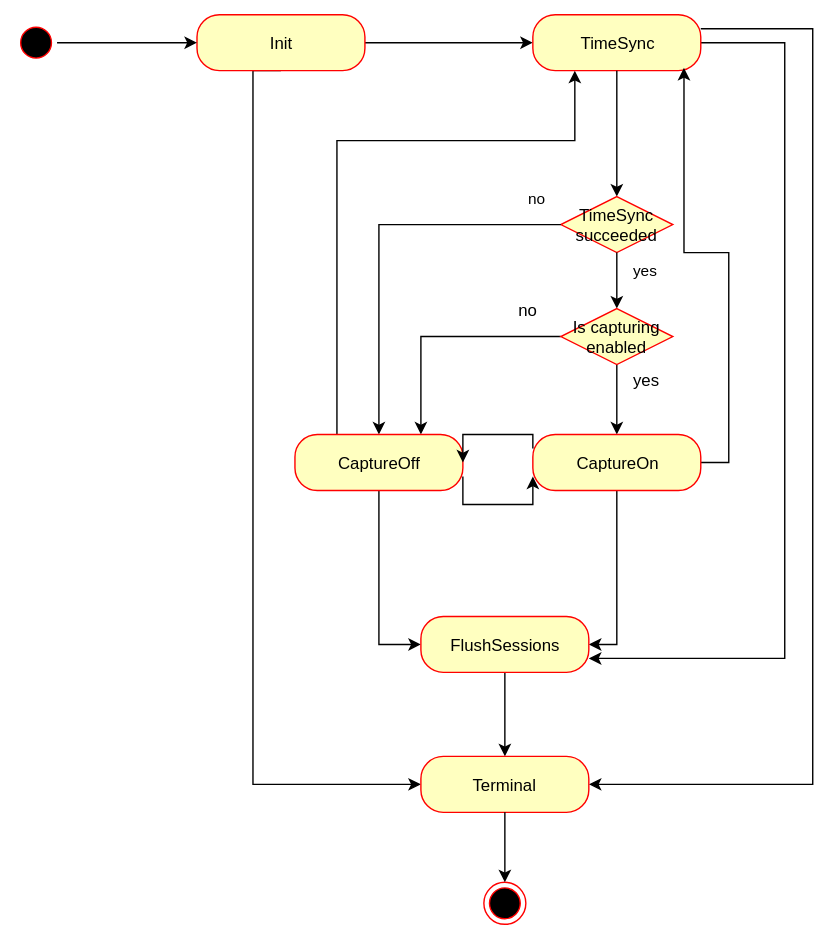
The draw.io diagram docs/pics/OpenKit-state_diagram.svg in Dynatrace/openkit-native, before a commit. Source tidied: cells renumbered, new cells last; positions are measured from the earlier drawing's top-left corner, leaving out a move shared by most shapes. Its diagram source:
```xml
<mxGraphModel background="#ffffff">
  <root>
    <mxCell id="0" />
    <mxCell id="1" parent="0" />
    <mxCell id="2" style="edgeStyle=orthogonalEdgeStyle;rounded=0;html=1;exitX=1;exitY=0.5;entryX=0;entryY=0.5;jettySize=auto;endArrow=classic;endFill=1;" parent="1" edge="1" source="4" target="7">
      <mxGeometry relative="1" as="geometry" />
    </mxCell>
    <mxCell id="3" style="edgeStyle=orthogonalEdgeStyle;rounded=0;html=1;exitX=0.5;exitY=1;entryX=0;entryY=0.5;jettySize=auto;strokeColor=#000000;endArrow=classic;endFill=1;" parent="1" edge="1" source="4" target="30">
      <mxGeometry relative="1" as="geometry">
        <Array as="points">
          <mxPoint x="170" y="40" />
          <mxPoint x="170" y="550" />
        </Array>
      </mxGeometry>
    </mxCell>
    <mxCell id="4" value="Init" style="rounded=1;whiteSpace=wrap;html=1;arcSize=40;fillColor=#ffffc0;strokeColor=#ff0000;" parent="1" vertex="1">
      <mxGeometry x="130" width="120" height="40" as="geometry" />
    </mxCell>
    <mxCell id="5" style="edgeStyle=orthogonalEdgeStyle;rounded=0;html=1;exitX=1;exitY=0.5;entryX=1;entryY=0.75;jettySize=auto;strokeColor=#000000;endArrow=classic;endFill=1;" parent="1" edge="1" source="7" target="28">
      <mxGeometry relative="1" as="geometry">
        <Array as="points">
          <mxPoint x="550" y="20" />
          <mxPoint x="550" y="460" />
        </Array>
      </mxGeometry>
    </mxCell>
    <mxCell id="6" style="edgeStyle=orthogonalEdgeStyle;rounded=0;html=1;exitX=1;exitY=0.25;entryX=1;entryY=0.5;endArrow=classic;endFill=1;jettySize=auto;strokeColor=#000000;" parent="1" edge="1" source="7" target="30">
      <mxGeometry relative="1" as="geometry">
        <Array as="points">
          <mxPoint x="570" y="10" />
          <mxPoint x="570" y="550" />
        </Array>
      </mxGeometry>
    </mxCell>
    <mxCell id="7" value="TimeSync" style="rounded=1;whiteSpace=wrap;html=1;arcSize=40;fillColor=#ffffc0;strokeColor=#ff0000;" parent="1" vertex="1">
      <mxGeometry x="370" width="120" height="40" as="geometry" />
    </mxCell>
    <mxCell id="8" style="edgeStyle=orthogonalEdgeStyle;html=1;verticalAlign=bottom;endArrow=classic;strokeColor=#000000;entryX=0.5;entryY=0;rounded=0;endFill=1;" parent="1" edge="1" source="7" target="11">
      <mxGeometry relative="1" as="geometry" />
    </mxCell>
    <mxCell id="9" style="ellipse;html=1;shape=startState;fillColor=#000000;strokeColor=#ff0000;" parent="1" vertex="1">
      <mxGeometry y="5" width="30" height="30" as="geometry" />
    </mxCell>
    <mxCell id="10" style="edgeStyle=orthogonalEdgeStyle;html=1;verticalAlign=bottom;endArrow=classic;strokeColor=#000000;endFill=1;" parent="1" edge="1" source="9">
      <mxGeometry relative="1" as="geometry">
        <mxPoint x="130" y="20" as="targetPoint" />
        <Array as="points">
          <mxPoint x="130" y="20" />
        </Array>
      </mxGeometry>
    </mxCell>
    <mxCell id="11" value="TimeSync succeeded" style="rhombus;whiteSpace=wrap;html=1;fillColor=#ffffc0;strokeColor=#ff0000;" parent="1" vertex="1">
      <mxGeometry x="390" y="130" width="80" height="40" as="geometry" />
    </mxCell>
    <mxCell id="12" value="no" style="edgeStyle=orthogonalEdgeStyle;html=1;align=left;verticalAlign=bottom;endArrow=classic;strokeColor=#000000;entryX=0.5;entryY=0;rounded=0;endFill=1;" parent="1" edge="1" source="11" target="22">
      <mxGeometry x="-0.82" y="-10" relative="1" as="geometry">
        <Array as="points">
          <mxPoint x="260" y="150" />
        </Array>
      </mxGeometry>
    </mxCell>
    <mxCell id="13" value="yes" style="edgeStyle=orthogonalEdgeStyle;html=1;align=left;verticalAlign=top;endArrow=classic;strokeColor=#000000;rounded=0;entryX=0.5;entryY=0;endFill=1;" parent="1" edge="1" source="11" target="18">
      <mxGeometry x="-1" y="10" relative="1" as="geometry" />
    </mxCell>
    <mxCell id="14" style="edgeStyle=orthogonalEdgeStyle;rounded=0;html=1;exitX=0;exitY=0.5;entryX=0.75;entryY=0;jettySize=auto;strokeColor=#000000;endArrow=classic;endFill=1;" parent="1" edge="1" source="18" target="22">
      <mxGeometry relative="1" as="geometry" />
    </mxCell>
    <mxCell id="15" value="no" style="text;html=1;align=center;verticalAlign=middle;labelBackgroundColor=#ffffff;" parent="14" vertex="1">
      <mxGeometry x="-0.72" y="2" relative="1" as="geometry">
        <mxPoint y="-22" as="offset" />
      </mxGeometry>
    </mxCell>
    <mxCell id="16" style="edgeStyle=orthogonalEdgeStyle;rounded=0;html=1;exitX=0.5;exitY=1;entryX=0.5;entryY=0;jettySize=auto;strokeColor=#000000;endArrow=classic;endFill=1;" parent="1" edge="1" source="18" target="25">
      <mxGeometry relative="1" as="geometry" />
    </mxCell>
    <mxCell id="17" value="yes" style="text;html=1;align=center;verticalAlign=middle;labelBackgroundColor=#ffffff;" parent="16" vertex="1">
      <mxGeometry x="-0.29" y="-2" relative="1" as="geometry">
        <mxPoint x="22" y="-8" as="offset" />
      </mxGeometry>
    </mxCell>
    <mxCell id="18" value="Is capturing enabled" style="rhombus;whiteSpace=wrap;html=1;fillColor=#ffffc0;strokeColor=#ff0000;" parent="1" vertex="1">
      <mxGeometry x="390" y="210" width="80" height="40" as="geometry" />
    </mxCell>
    <mxCell id="19" style="edgeStyle=orthogonalEdgeStyle;rounded=0;html=1;exitX=1;exitY=0.75;entryX=0;entryY=0.75;jettySize=auto;strokeColor=#000000;endArrow=classic;endFill=1;" parent="1" edge="1" source="22" target="25">
      <mxGeometry relative="1" as="geometry">
        <Array as="points">
          <mxPoint x="320" y="350" />
          <mxPoint x="370" y="350" />
        </Array>
      </mxGeometry>
    </mxCell>
    <mxCell id="20" style="edgeStyle=orthogonalEdgeStyle;rounded=0;html=1;exitX=0.25;exitY=0;entryX=0.25;entryY=1;jettySize=auto;strokeColor=#000000;endArrow=classic;endFill=1;" parent="1" edge="1" source="22" target="7">
      <mxGeometry relative="1" as="geometry">
        <Array as="points">
          <mxPoint x="230" y="90" />
          <mxPoint x="400" y="90" />
        </Array>
      </mxGeometry>
    </mxCell>
    <mxCell id="21" style="edgeStyle=orthogonalEdgeStyle;rounded=0;html=1;exitX=0.5;exitY=1;entryX=0;entryY=0.5;jettySize=auto;strokeColor=#000000;" parent="1" edge="1" source="22" target="28">
      <mxGeometry relative="1" as="geometry" />
    </mxCell>
    <mxCell id="22" value="CaptureOff" style="rounded=1;whiteSpace=wrap;html=1;arcSize=40;fillColor=#ffffc0;strokeColor=#ff0000;" parent="1" vertex="1">
      <mxGeometry x="200" y="300" width="120" height="40" as="geometry" />
    </mxCell>
    <mxCell id="23" style="edgeStyle=orthogonalEdgeStyle;rounded=0;html=1;exitX=1;exitY=0.5;entryX=0.903;entryY=0.945;entryPerimeter=0;jettySize=auto;strokeColor=#000000;" parent="1" edge="1" source="25" target="7">
      <mxGeometry relative="1" as="geometry" />
    </mxCell>
    <mxCell id="24" style="edgeStyle=orthogonalEdgeStyle;rounded=0;html=1;exitX=0.5;exitY=1;entryX=1;entryY=0.5;jettySize=auto;strokeColor=#000000;" parent="1" edge="1" source="25" target="28">
      <mxGeometry relative="1" as="geometry" />
    </mxCell>
    <mxCell id="25" value="CaptureOn" style="rounded=1;whiteSpace=wrap;html=1;arcSize=40;fillColor=#ffffc0;strokeColor=#ff0000;" parent="1" vertex="1">
      <mxGeometry x="370" y="300" width="120" height="40" as="geometry" />
    </mxCell>
    <mxCell id="26" style="edgeStyle=orthogonalEdgeStyle;html=1;verticalAlign=bottom;endArrow=classic;strokeColor=#000000;entryX=1;entryY=0.5;exitX=0;exitY=0.25;rounded=0;endFill=1;" parent="1" edge="1" source="25" target="22">
      <mxGeometry relative="1" as="geometry">
        <Array as="points">
          <mxPoint x="370" y="300" />
          <mxPoint x="320" y="300" />
        </Array>
      </mxGeometry>
    </mxCell>
    <mxCell id="27" style="edgeStyle=orthogonalEdgeStyle;rounded=0;html=1;exitX=0.5;exitY=1;entryX=0.5;entryY=0;jettySize=auto;strokeColor=#000000;" parent="1" edge="1" source="28" target="30">
      <mxGeometry relative="1" as="geometry" />
    </mxCell>
    <mxCell id="28" value="FlushSessions" style="rounded=1;whiteSpace=wrap;html=1;arcSize=40;fillColor=#ffffc0;strokeColor=#ff0000;" parent="1" vertex="1">
      <mxGeometry x="290" y="430" width="120" height="40" as="geometry" />
    </mxCell>
    <mxCell id="29" style="ellipse;html=1;shape=endState;fillColor=#000000;strokeColor=#ff0000;" parent="1" vertex="1">
      <mxGeometry x="335" y="620" width="30" height="30" as="geometry" />
    </mxCell>
    <mxCell id="30" value="Terminal" style="rounded=1;whiteSpace=wrap;html=1;arcSize=40;fillColor=#ffffc0;strokeColor=#ff0000;" parent="1" vertex="1">
      <mxGeometry x="290" y="530" width="120" height="40" as="geometry" />
    </mxCell>
    <mxCell id="31" style="edgeStyle=orthogonalEdgeStyle;html=1;verticalAlign=bottom;endArrow=classic;strokeColor=#000000;entryX=0.5;entryY=0;endFill=1;" parent="1" edge="1" source="30" target="29">
      <mxGeometry relative="1" as="geometry" />
    </mxCell>
  </root>
</mxGraphModel>
```
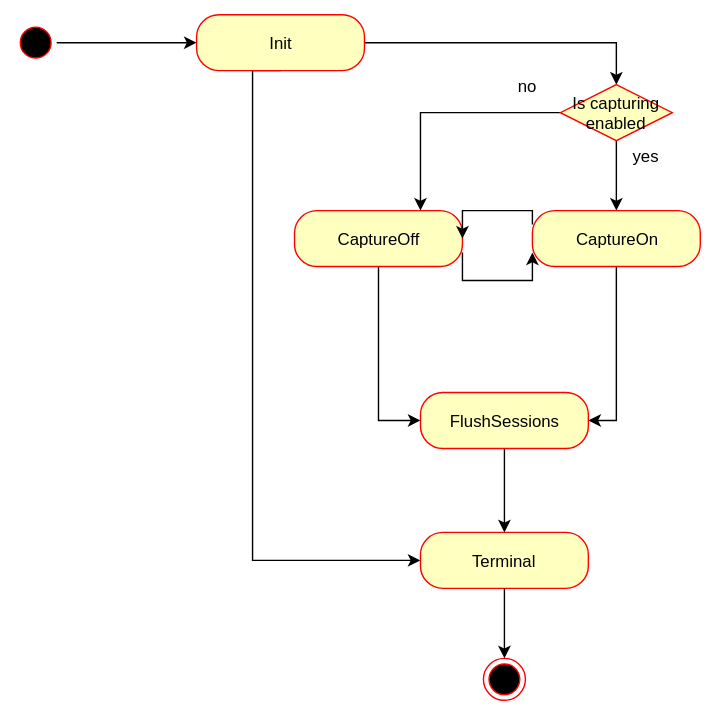
Later version of the same file.

Change to the diagram source:
```diff
@@ -2,66 +2,31 @@
   <root>
     <mxCell id="0" />
     <mxCell id="1" parent="0" />
-    <mxCell id="2" style="edgeStyle=orthogonalEdgeStyle;rounded=0;html=1;exitX=1;exitY=0.5;entryX=0;entryY=0.5;jettySize=auto;endArrow=classic;endFill=1;" parent="1" edge="1" source="4" target="7">
+    <mxCell id="2" style="edgeStyle=orthogonalEdgeStyle;rounded=0;html=1;exitX=1;exitY=0.5;entryX=0.5;entryY=0;jettySize=auto;endArrow=classic;endFill=1;entryDx=0;entryDy=0;" parent="1" edge="1" source="4" target="18">
       <mxGeometry relative="1" as="geometry" />
     </mxCell>
     <mxCell id="3" style="edgeStyle=orthogonalEdgeStyle;rounded=0;html=1;exitX=0.5;exitY=1;entryX=0;entryY=0.5;jettySize=auto;strokeColor=#000000;endArrow=classic;endFill=1;" parent="1" edge="1" source="4" target="30">
       <mxGeometry relative="1" as="geometry">
         <Array as="points">
-          <mxPoint x="170" y="40" />
+          <mxPoint x="170" y="200" />
           <mxPoint x="170" y="550" />
         </Array>
       </mxGeometry>
     </mxCell>
     <mxCell id="4" value="Init" style="rounded=1;whiteSpace=wrap;html=1;arcSize=40;fillColor=#ffffc0;strokeColor=#ff0000;" parent="1" vertex="1">
-      <mxGeometry x="130" width="120" height="40" as="geometry" />
+      <mxGeometry x="130" y="160" width="120" height="40" as="geometry" />
     </mxCell>
-    <mxCell id="5" style="edgeStyle=orthogonalEdgeStyle;rounded=0;html=1;exitX=1;exitY=0.5;entryX=1;entryY=0.75;jettySize=auto;strokeColor=#000000;endArrow=classic;endFill=1;" parent="1" edge="1" source="7" target="28">
-      <mxGeometry relative="1" as="geometry">
-        <Array as="points">
-          <mxPoint x="550" y="20" />
-          <mxPoint x="550" y="460" />
-        </Array>
-      </mxGeometry>
-    </mxCell>
-    <mxCell id="6" style="edgeStyle=orthogonalEdgeStyle;rounded=0;html=1;exitX=1;exitY=0.25;entryX=1;entryY=0.5;endArrow=classic;endFill=1;jettySize=auto;strokeColor=#000000;" parent="1" edge="1" source="7" target="30">
-      <mxGeometry relative="1" as="geometry">
-        <Array as="points">
-          <mxPoint x="570" y="10" />
-          <mxPoint x="570" y="550" />
-        </Array>
-      </mxGeometry>
-    </mxCell>
-    <mxCell id="7" value="TimeSync" style="rounded=1;whiteSpace=wrap;html=1;arcSize=40;fillColor=#ffffc0;strokeColor=#ff0000;" parent="1" vertex="1">
-      <mxGeometry x="370" width="120" height="40" as="geometry" />
-    </mxCell>
-    <mxCell id="8" style="edgeStyle=orthogonalEdgeStyle;html=1;verticalAlign=bottom;endArrow=classic;strokeColor=#000000;entryX=0.5;entryY=0;rounded=0;endFill=1;" parent="1" edge="1" source="7" target="11">
-      <mxGeometry relative="1" as="geometry" />
-    </mxCell>
     <mxCell id="9" style="ellipse;html=1;shape=startState;fillColor=#000000;strokeColor=#ff0000;" parent="1" vertex="1">
-      <mxGeometry y="5" width="30" height="30" as="geometry" />
+      <mxGeometry y="165" width="30" height="30" as="geometry" />
     </mxCell>
     <mxCell id="10" style="edgeStyle=orthogonalEdgeStyle;html=1;verticalAlign=bottom;endArrow=classic;strokeColor=#000000;endFill=1;" parent="1" edge="1" source="9">
       <mxGeometry relative="1" as="geometry">
-        <mxPoint x="130" y="20" as="targetPoint" />
+        <mxPoint x="130" y="180" as="targetPoint" />
         <Array as="points">
-          <mxPoint x="130" y="20" />
+          <mxPoint x="130" y="180" />
         </Array>
       </mxGeometry>
     </mxCell>
-    <mxCell id="11" value="TimeSync succeeded" style="rhombus;whiteSpace=wrap;html=1;fillColor=#ffffc0;strokeColor=#ff0000;" parent="1" vertex="1">
-      <mxGeometry x="390" y="130" width="80" height="40" as="geometry" />
-    </mxCell>
-    <mxCell id="12" value="no" style="edgeStyle=orthogonalEdgeStyle;html=1;align=left;verticalAlign=bottom;endArrow=classic;strokeColor=#000000;entryX=0.5;entryY=0;rounded=0;endFill=1;" parent="1" edge="1" source="11" target="22">
-      <mxGeometry x="-0.82" y="-10" relative="1" as="geometry">
-        <Array as="points">
-          <mxPoint x="260" y="150" />
-        </Array>
-      </mxGeometry>
-    </mxCell>
-    <mxCell id="13" value="yes" style="edgeStyle=orthogonalEdgeStyle;html=1;align=left;verticalAlign=top;endArrow=classic;strokeColor=#000000;rounded=0;entryX=0.5;entryY=0;endFill=1;" parent="1" edge="1" source="11" target="18">
-      <mxGeometry x="-1" y="10" relative="1" as="geometry" />
-    </mxCell>
     <mxCell id="14" style="edgeStyle=orthogonalEdgeStyle;rounded=0;html=1;exitX=0;exitY=0.5;entryX=0.75;entryY=0;jettySize=auto;strokeColor=#000000;endArrow=classic;endFill=1;" parent="1" edge="1" source="18" target="22">
       <mxGeometry relative="1" as="geometry" />
     </mxCell>
@@ -89,23 +54,12 @@
         </Array>
       </mxGeometry>
     </mxCell>
-    <mxCell id="20" style="edgeStyle=orthogonalEdgeStyle;rounded=0;html=1;exitX=0.25;exitY=0;entryX=0.25;entryY=1;jettySize=auto;strokeColor=#000000;endArrow=classic;endFill=1;" parent="1" edge="1" source="22" target="7">
-      <mxGeometry relative="1" as="geometry">
-        <Array as="points">
-          <mxPoint x="230" y="90" />
-          <mxPoint x="400" y="90" />
-        </Array>
-      </mxGeometry>
-    </mxCell>
     <mxCell id="21" style="edgeStyle=orthogonalEdgeStyle;rounded=0;html=1;exitX=0.5;exitY=1;entryX=0;entryY=0.5;jettySize=auto;strokeColor=#000000;" parent="1" edge="1" source="22" target="28">
       <mxGeometry relative="1" as="geometry" />
     </mxCell>
     <mxCell id="22" value="CaptureOff" style="rounded=1;whiteSpace=wrap;html=1;arcSize=40;fillColor=#ffffc0;strokeColor=#ff0000;" parent="1" vertex="1">
       <mxGeometry x="200" y="300" width="120" height="40" as="geometry" />
     </mxCell>
-    <mxCell id="23" style="edgeStyle=orthogonalEdgeStyle;rounded=0;html=1;exitX=1;exitY=0.5;entryX=0.903;entryY=0.945;entryPerimeter=0;jettySize=auto;strokeColor=#000000;" parent="1" edge="1" source="25" target="7">
-      <mxGeometry relative="1" as="geometry" />
-    </mxCell>
     <mxCell id="24" style="edgeStyle=orthogonalEdgeStyle;rounded=0;html=1;exitX=0.5;exitY=1;entryX=1;entryY=0.5;jettySize=auto;strokeColor=#000000;" parent="1" edge="1" source="25" target="28">
       <mxGeometry relative="1" as="geometry" />
     </mxCell>
```
